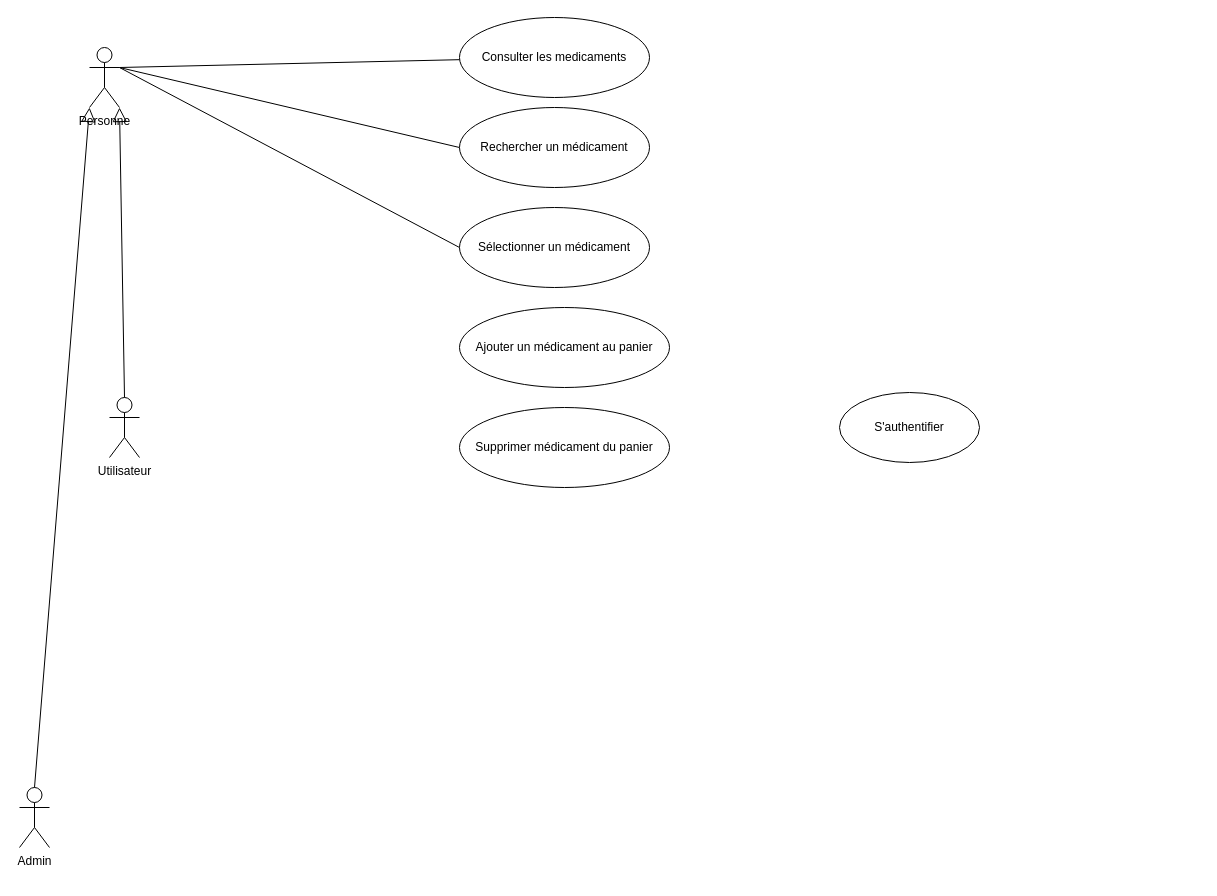
Earlier version of the draw.io diagram resources/Diagram_De_Cas_Utilisation.drawio (alphalok/pharmacie-app). Source tidied: cells renumbered, new cells numbered last; positions are measured from the earlier drawing's top-left corner, leaving out a move shared by most shapes. Both pictures are drawn from the tidied source at 100%, with x=0, y=0 at pixel (19, 17).
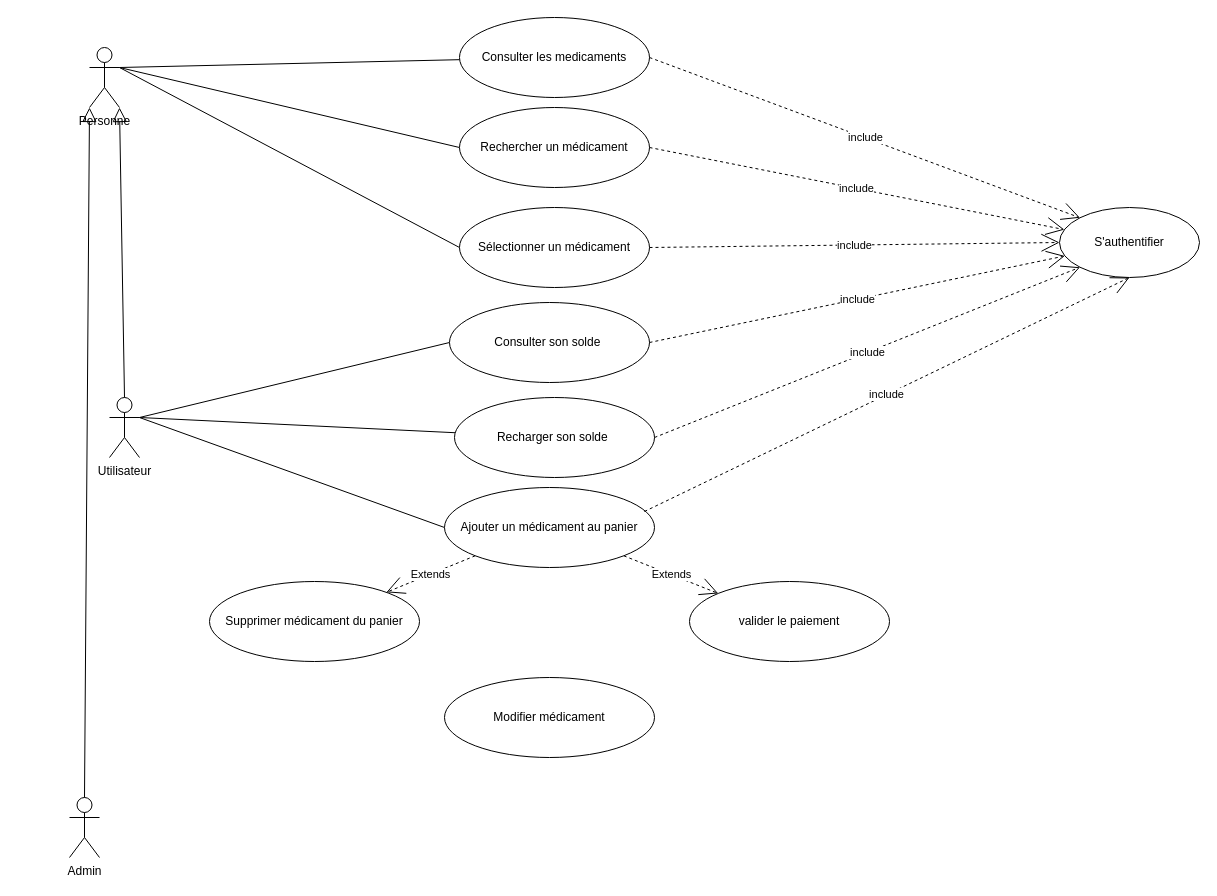
Above is the later version.

The change refers to these unchanged cells:
```xml
<mxCell id="6" value="Utilisateur" style="shape=umlActor;verticalLabelPosition=bottom;verticalAlign=top;html=1;outlineConnect=0;" parent="1" vertex="1">
  <mxGeometry x="90" y="380" width="30" height="60" as="geometry" />
</mxCell>
<mxCell id="11" value="Rechercher un médicament" style="ellipse;whiteSpace=wrap;html=1;" parent="1" vertex="1">
  <mxGeometry x="440" y="90" width="190" height="80" as="geometry" />
</mxCell>
<mxCell id="12" value="Sélectionner un médicament" style="ellipse;whiteSpace=wrap;html=1;" parent="1" vertex="1">
  <mxGeometry x="440" y="190" width="190" height="80" as="geometry" />
</mxCell>
<mxCell id="13" value="Consulter les medicaments" style="ellipse;whiteSpace=wrap;html=1;" parent="1" vertex="1">
  <mxGeometry x="440" width="190" height="80" as="geometry" />
</mxCell>
```

Diff of the diagram source:
```diff
@@
+    <mxCell id="16" style="edgeStyle=none;rounded=0;jettySize=auto;html=1;exitX=1;exitY=0.3333333333333333;exitDx=0;exitDy=0;exitPerimeter=0;entryX=0;entryY=0.5;entryDx=0;entryDy=0;endArrow=none;endFill=0;" parent="1" edge="1" source="6" target="19">
+      <mxGeometry relative="1" as="geometry" />
+    </mxCell>
+    <mxCell id="17" style="edgeStyle=none;rounded=0;jettySize=auto;html=1;exitX=1;exitY=0.3333333333333333;exitDx=0;exitDy=0;exitPerimeter=0;endArrow=none;endFill=0;" parent="1" edge="1" source="6" target="20">
+      <mxGeometry relative="1" as="geometry" />
+    </mxCell>
+    <mxCell id="18" style="edgeStyle=none;rounded=0;jettySize=auto;html=1;exitX=1;exitY=0.3333333333333333;exitDx=0;exitDy=0;exitPerimeter=0;entryX=0;entryY=0.5;entryDx=0;entryDy=0;endArrow=none;endFill=0;" parent="1" edge="1" source="6" target="14">
+      <mxGeometry relative="1" as="geometry" />
+    </mxCell>
@@
     <mxCell id="7" value="Admin" style="shape=umlActor;verticalLabelPosition=bottom;verticalAlign=top;html=1;outlineConnect=0;" parent="1" vertex="1">
-      <mxGeometry y="770" width="30" height="60" as="geometry" />
+      <mxGeometry x="50" y="780" width="30" height="60" as="geometry" />
     </mxCell>
@@
     <mxCell id="10" value="S'authentifier" style="ellipse;whiteSpace=wrap;html=1;" parent="1" vertex="1">
-      <mxGeometry x="820" y="375" width="140" height="70" as="geometry" />
+      <mxGeometry x="1040" y="190" width="140" height="70" as="geometry" />
     </mxCell>
@@
     <mxCell id="14" value="Ajouter un médicament au panier" style="ellipse;whiteSpace=wrap;html=1;" parent="1" vertex="1">
-      <mxGeometry x="440" y="290" width="210" height="80" as="geometry" />
+      <mxGeometry x="425" y="470" width="210" height="80" as="geometry" />
     </mxCell>
     <mxCell id="15" value="Supprimer médicament du panier" style="ellipse;whiteSpace=wrap;html=1;" parent="1" vertex="1">
-      <mxGeometry x="440" y="390" width="210" height="80" as="geometry" />
+      <mxGeometry x="190" y="564" width="210" height="80" as="geometry" />
     </mxCell>
+    <mxCell id="19" value="Consulter son solde&amp;nbsp;" style="ellipse;whiteSpace=wrap;html=1;" parent="1" vertex="1">
+      <mxGeometry x="430" y="285" width="200" height="80" as="geometry" />
+    </mxCell>
+    <mxCell id="20" value="Recharger son solde&amp;nbsp;" style="ellipse;whiteSpace=wrap;html=1;" parent="1" vertex="1">
+      <mxGeometry x="435" y="380" width="200" height="80" as="geometry" />
+    </mxCell>
+    <mxCell id="21" value="valider le paiement" style="ellipse;whiteSpace=wrap;html=1;" parent="1" vertex="1">
+      <mxGeometry x="670" y="564" width="200" height="80" as="geometry" />
+    </mxCell>
+    <mxCell id="22" value="Extends" style="endArrow=open;endSize=16;endFill=0;html=1;rounded=0;exitX=0;exitY=1;exitDx=0;exitDy=0;dashed=1;" parent="1" edge="1" source="14" target="15">
+      <mxGeometry relative="1" as="geometry" />
+    </mxCell>
+    <mxCell id="23" value="Extends" style="endArrow=open;endSize=16;endFill=0;html=1;rounded=0;exitX=1;exitY=1;exitDx=0;exitDy=0;dashed=1;" parent="1" edge="1" source="14" target="21">
+      <mxGeometry relative="1" as="geometry" />
+    </mxCell>
+    <mxCell id="24" value="include" style="endArrow=open;endSize=16;endFill=0;html=1;rounded=0;dashed=1;exitX=1;exitY=0.5;exitDx=0;exitDy=0;entryX=0;entryY=0;entryDx=0;entryDy=0;" parent="1" edge="1" source="13" target="10">
+      <mxGeometry relative="1" as="geometry" />
+    </mxCell>
+    <mxCell id="25" value="include" style="endArrow=open;endSize=16;endFill=0;html=1;rounded=0;dashed=1;exitX=1;exitY=0.5;exitDx=0;exitDy=0;" parent="1" edge="1" source="11" target="10">
+      <mxGeometry relative="1" as="geometry" />
+    </mxCell>
+    <mxCell id="26" value="include" style="endArrow=open;endSize=16;endFill=0;html=1;rounded=0;dashed=1;exitX=1;exitY=0.5;exitDx=0;exitDy=0;entryX=0;entryY=0.5;entryDx=0;entryDy=0;" parent="1" edge="1" source="12" target="10">
+      <mxGeometry relative="1" as="geometry" />
+    </mxCell>
+    <mxCell id="27" value="include" style="endArrow=open;endSize=16;endFill=0;html=1;rounded=0;dashed=1;exitX=1;exitY=0.5;exitDx=0;exitDy=0;" parent="1" edge="1" source="19" target="10">
+      <mxGeometry relative="1" as="geometry" />
+    </mxCell>
+    <mxCell id="28" value="include" style="endArrow=open;endSize=16;endFill=0;html=1;rounded=0;dashed=1;exitX=1;exitY=0.5;exitDx=0;exitDy=0;entryX=0;entryY=1;entryDx=0;entryDy=0;" parent="1" edge="1" source="20" target="10">
+      <mxGeometry relative="1" as="geometry" />
+    </mxCell>
+    <mxCell id="29" value="include" style="endArrow=open;endSize=16;endFill=0;html=1;rounded=0;dashed=1;exitX=0.952;exitY=0.3;exitDx=0;exitDy=0;exitPerimeter=0;entryX=0.5;entryY=1;entryDx=0;entryDy=0;" parent="1" edge="1" source="14" target="10">
+      <mxGeometry relative="1" as="geometry" />
+    </mxCell>
+    <mxCell id="30" value="Modifier médicament" style="ellipse;whiteSpace=wrap;html=1;" parent="1" vertex="1">
+      <mxGeometry x="425" y="660" width="210" height="80" as="geometry" />
+    </mxCell>
```
